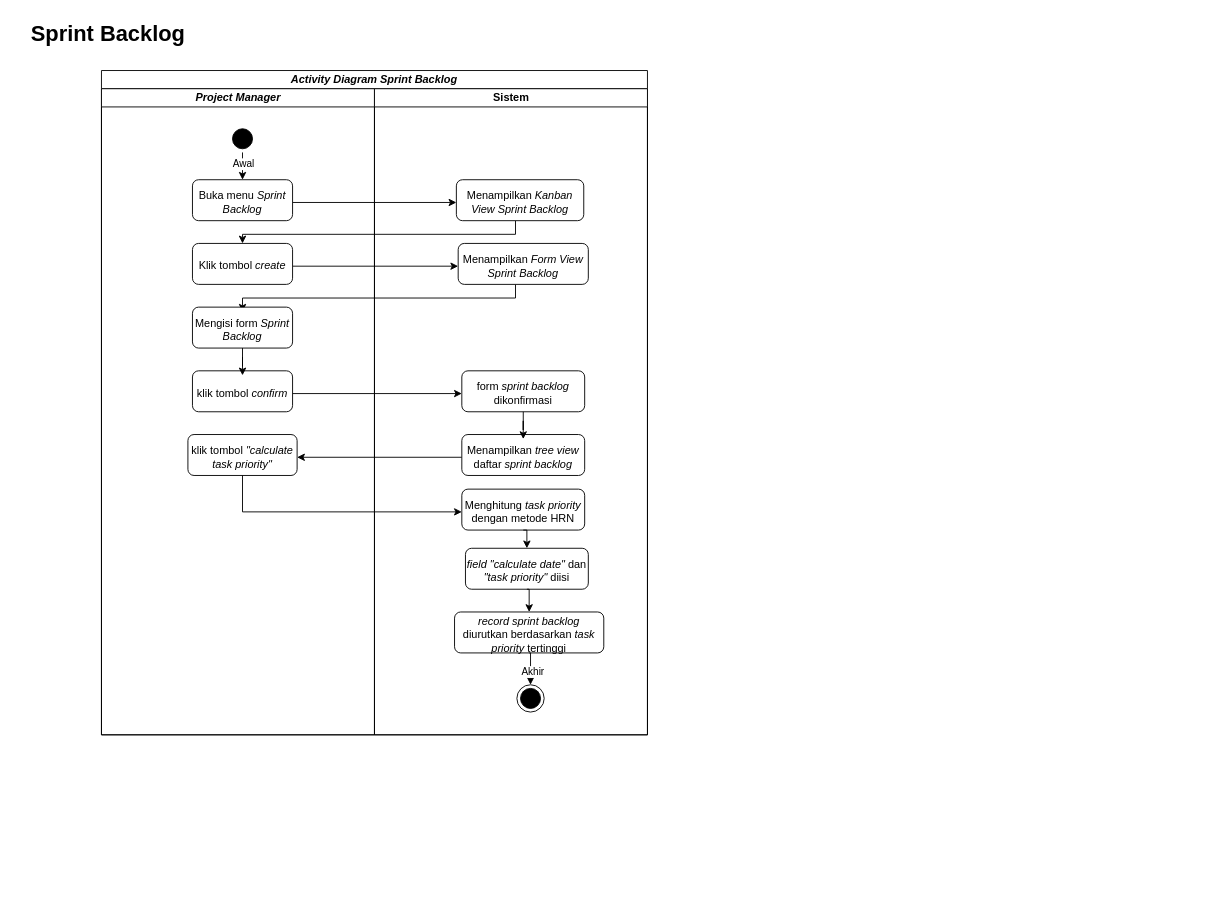
The draw.io diagram page "Halaman-6" (6 of 9) of Diagram Tanpa Judul.drawio in raldawiyahh/alda-resolusi, before the edit. Source tidied: cells renumbered, new cells numbered last; positions are measured from the earlier drawing's top-left corner, leaving out a move shared by most shapes. Both pictures are drawn from the tidied source at 91%, with x=0, y=0 at pixel (15, 15).
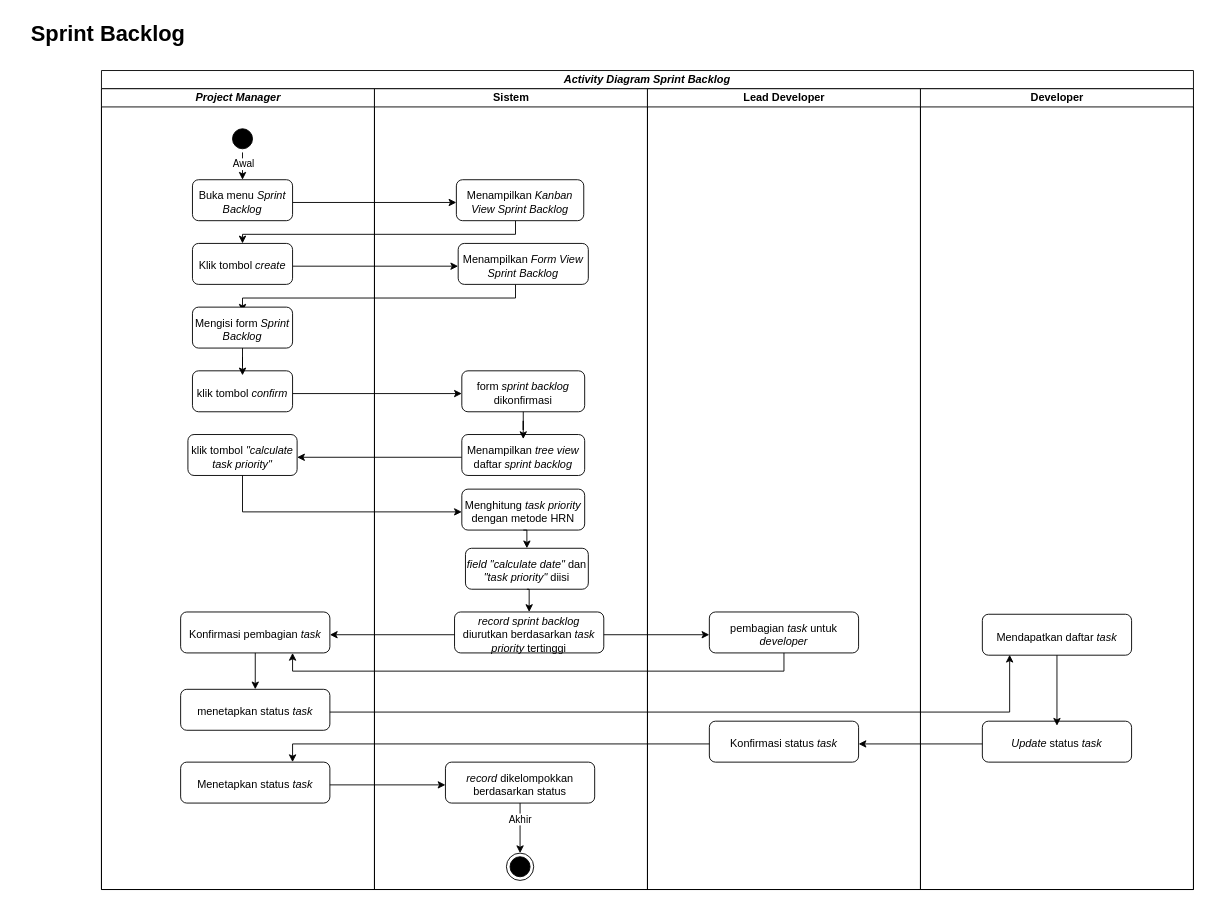
The same page after the edit.

Unchanged cells that the change refers to:
```xml
<mxCell id="50" value="&lt;i&gt;record sprint backlog &lt;/i&gt;diurutkan berdasarkan &lt;i&gt;task priority &lt;/i&gt;tertinggi" style="text;html=1;strokeColor=none;fillColor=none;align=center;verticalAlign=middle;whiteSpace=wrap;rounded=0;" parent="48" vertex="1">
  <mxGeometry y="5" width="164" height="40" as="geometry" />
</mxCell>
```

The edit, as a diff of the source:
```diff
@@
     <mxCell id="2" value="&lt;i&gt;Activity Diagram Sprint Backlog&lt;br&gt;&lt;/i&gt;" style="swimlane;html=1;startSize=20;whiteSpace=wrap;" parent="1" vertex="1">
-      <mxGeometry x="94" y="60" width="600" height="730" as="geometry" />
+      <mxGeometry x="94" y="60" width="1200" height="900" as="geometry" />
     </mxCell>
@@
     <mxCell id="7" value="&lt;i&gt;Project Manager&lt;/i&gt;" style="swimlane;html=1;startSize=20;" parent="2" vertex="1">
-      <mxGeometry y="20" width="300" height="710" as="geometry" />
+      <mxGeometry y="20" width="300" height="880" as="geometry" />
     </mxCell>
@@
+    <mxCell id="59" style="group;" parent="7" vertex="1">
+      <mxGeometry x="87" y="575" width="164" height="45" as="geometry" />
+    </mxCell>
+    <mxCell id="60" style="rounded=1;whiteSpace=wrap;html=1;" parent="59" vertex="1">
+      <mxGeometry width="164" height="45" as="geometry" />
+    </mxCell>
+    <mxCell id="61" value="Konfirmasi pembagian &lt;i&gt;task&lt;/i&gt;" style="text;html=1;strokeColor=none;fillColor=none;align=center;verticalAlign=middle;whiteSpace=wrap;rounded=0;" parent="59" vertex="1">
+      <mxGeometry y="5" width="164" height="40" as="geometry" />
+    </mxCell>
+    <mxCell id="62" style="group;" parent="7" vertex="1">
+      <mxGeometry x="87" y="660" width="164" height="45" as="geometry" />
+    </mxCell>
+    <mxCell id="63" style="rounded=1;whiteSpace=wrap;html=1;" parent="62" vertex="1">
+      <mxGeometry width="164" height="45" as="geometry" />
+    </mxCell>
+    <mxCell id="64" value="menetapkan status&lt;i&gt; task&lt;/i&gt;" style="text;html=1;strokeColor=none;fillColor=none;align=center;verticalAlign=middle;whiteSpace=wrap;rounded=0;" parent="62" vertex="1">
+      <mxGeometry y="5" width="164" height="40" as="geometry" />
+    </mxCell>
+    <mxCell id="65" style="edgeStyle=orthogonalEdgeStyle;rounded=0;jettySize=auto;html=1;entryX=0.5;entryY=0;entryDx=0;entryDy=0;" parent="7" edge="1" source="61" target="63">
+      <mxGeometry relative="1" as="geometry" />
+    </mxCell>
+    <mxCell id="66" style="group;" parent="7" vertex="1">
+      <mxGeometry x="87" y="740" width="164" height="45" as="geometry" />
+    </mxCell>
+    <mxCell id="67" style="rounded=1;whiteSpace=wrap;html=1;" parent="66" vertex="1">
+      <mxGeometry width="164" height="45" as="geometry" />
+    </mxCell>
+    <mxCell id="68" value="Menetapkan status&lt;i&gt; task&lt;/i&gt;" style="text;html=1;strokeColor=none;fillColor=none;align=center;verticalAlign=middle;whiteSpace=wrap;rounded=0;" parent="66" vertex="1">
+      <mxGeometry y="5" width="164" height="40" as="geometry" />
+    </mxCell>
@@
     <mxCell id="30" value="Sistem" style="swimlane;html=1;startSize=20;" parent="2" vertex="1">
-      <mxGeometry x="300" y="20" width="300" height="710" as="geometry" />
+      <mxGeometry x="300" y="20" width="300" height="880" as="geometry" />
     </mxCell>
@@
     <mxCell id="37" style="ellipse;html=1;shape=endState;fillColor=#000000;strokeColor=#000000;" parent="30" vertex="1">
-      <mxGeometry x="156.5" y="655" width="30" height="30" as="geometry" />
+      <mxGeometry x="145" y="840" width="30" height="30" as="geometry" />
     </mxCell>
@@
-    <mxCell id="52" style="edgeStyle=orthogonalEdgeStyle;rounded=0;jettySize=auto;html=1;exitX=0.5;exitY=1;exitDx=0;exitDy=0;entryX=0.5;entryY=0;entryDx=0;entryDy=0;" parent="30" edge="1" source="50" target="37">
-      <mxGeometry relative="1" as="geometry" />
-    </mxCell>
-    <mxCell id="53" value="Akhir" style="edgeLabel;html=1;align=center;verticalAlign=middle;" parent="52" vertex="1">
-      <mxGeometry x="0.23" y="2" relative="1" as="geometry" />
-    </mxCell>
@@
+    <mxCell id="69" style="group;" parent="30" vertex="1">
+      <mxGeometry x="78" y="740" width="164" height="45" as="geometry" />
+    </mxCell>
+    <mxCell id="70" style="rounded=1;whiteSpace=wrap;html=1;" parent="69" vertex="1">
+      <mxGeometry width="164" height="45" as="geometry" />
+    </mxCell>
+    <mxCell id="71" value="&lt;i&gt;record &lt;/i&gt;dikelompokkan berdasarkan status" style="text;html=1;strokeColor=none;fillColor=none;align=center;verticalAlign=middle;whiteSpace=wrap;rounded=0;" parent="69" vertex="1">
+      <mxGeometry y="5" width="164" height="40" as="geometry" />
+    </mxCell>
+    <mxCell id="72" style="edgeStyle=orthogonalEdgeStyle;rounded=0;jettySize=auto;html=1;entryX=0.5;entryY=0;entryDx=0;entryDy=0;" parent="30" edge="1" source="71" target="37">
+      <mxGeometry relative="1" as="geometry" />
+    </mxCell>
+    <mxCell id="53" value="Akhir" style="edgeLabel;html=1;align=center;verticalAlign=middle;" parent="72" vertex="1">
+      <mxGeometry x="-0.38" y="-1" relative="1" as="geometry" />
+    </mxCell>
+    <mxCell id="73" style="edgeStyle=orthogonalEdgeStyle;rounded=0;jettySize=auto;html=1;" parent="2" edge="1" source="50" target="61">
+      <mxGeometry relative="1" as="geometry" />
+    </mxCell>
+    <mxCell id="74" style="edgeStyle=orthogonalEdgeStyle;rounded=0;jettySize=auto;html=1;entryX=0;entryY=0.5;entryDx=0;entryDy=0;" parent="2" edge="1" source="68" target="71">
+      <mxGeometry relative="1" as="geometry" />
+    </mxCell>
+    <mxCell id="75" value="Lead Developer" style="swimlane;html=1;startSize=20;" parent="2" vertex="1">
+      <mxGeometry x="600" y="20" width="300" height="880" as="geometry" />
+    </mxCell>
+    <mxCell id="76" style="group;" parent="75" vertex="1">
+      <mxGeometry x="68" y="575" width="164" height="45" as="geometry" />
+    </mxCell>
+    <mxCell id="77" style="rounded=1;whiteSpace=wrap;html=1;" parent="76" vertex="1">
+      <mxGeometry width="164" height="45" as="geometry" />
+    </mxCell>
+    <mxCell id="78" value="pembagian &lt;i&gt;task &lt;/i&gt;untuk &lt;i&gt;developer&lt;/i&gt;" style="text;html=1;strokeColor=none;fillColor=none;align=center;verticalAlign=middle;whiteSpace=wrap;rounded=0;" parent="76" vertex="1">
+      <mxGeometry y="5" width="164" height="40" as="geometry" />
+    </mxCell>
+    <mxCell id="79" style="group;" parent="75" vertex="1">
+      <mxGeometry x="68" y="695" width="164" height="45" as="geometry" />
+    </mxCell>
+    <mxCell id="80" style="rounded=1;whiteSpace=wrap;html=1;" parent="79" vertex="1">
+      <mxGeometry width="164" height="45" as="geometry" />
+    </mxCell>
+    <mxCell id="81" value="Konfirmasi status &lt;i&gt;task&lt;/i&gt;" style="text;html=1;strokeColor=none;fillColor=none;align=center;verticalAlign=middle;whiteSpace=wrap;rounded=0;" parent="79" vertex="1">
+      <mxGeometry y="5" width="164" height="40" as="geometry" />
+    </mxCell>
+    <mxCell id="82" value="Developer" style="swimlane;html=1;startSize=20;" parent="2" vertex="1">
+      <mxGeometry x="900" y="20" width="300" height="880" as="geometry" />
+    </mxCell>
+    <mxCell id="83" style="group;" parent="82" vertex="1">
+      <mxGeometry x="68" y="577.5" width="164" height="45" as="geometry" />
+    </mxCell>
+    <mxCell id="84" style="rounded=1;whiteSpace=wrap;html=1;" parent="83" vertex="1">
+      <mxGeometry width="164" height="45" as="geometry" />
+    </mxCell>
+    <mxCell id="85" value="Mendapatkan daftar &lt;i&gt;task&lt;/i&gt;" style="text;html=1;strokeColor=none;fillColor=none;align=center;verticalAlign=middle;whiteSpace=wrap;rounded=0;" parent="83" vertex="1">
+      <mxGeometry y="5" width="164" height="40" as="geometry" />
+    </mxCell>
+    <mxCell id="86" style="group;" parent="82" vertex="1">
+      <mxGeometry x="68" y="695" width="164" height="45" as="geometry" />
+    </mxCell>
+    <mxCell id="87" style="rounded=1;whiteSpace=wrap;html=1;" parent="86" vertex="1">
+      <mxGeometry width="164" height="45" as="geometry" />
+    </mxCell>
+    <mxCell id="88" value="&lt;i&gt;Update&lt;/i&gt; status &lt;i&gt;task&lt;/i&gt;" style="text;html=1;strokeColor=none;fillColor=none;align=center;verticalAlign=middle;whiteSpace=wrap;rounded=0;" parent="86" vertex="1">
+      <mxGeometry y="5" width="164" height="40" as="geometry" />
+    </mxCell>
+    <mxCell id="89" style="edgeStyle=orthogonalEdgeStyle;rounded=0;jettySize=auto;html=1;entryX=0.5;entryY=0;entryDx=0;entryDy=0;" parent="82" edge="1" source="85" target="88">
+      <mxGeometry relative="1" as="geometry" />
+    </mxCell>
+    <mxCell id="90" style="edgeStyle=orthogonalEdgeStyle;rounded=0;jettySize=auto;html=1;" parent="2" edge="1" source="50" target="78">
+      <mxGeometry relative="1" as="geometry" />
+    </mxCell>
+    <mxCell id="91" style="edgeStyle=orthogonalEdgeStyle;rounded=0;jettySize=auto;html=1;exitX=0.5;exitY=1;exitDx=0;exitDy=0;entryX=0.75;entryY=1;entryDx=0;entryDy=0;" parent="2" edge="1" source="78" target="61">
+      <mxGeometry relative="1" as="geometry" />
+    </mxCell>
+    <mxCell id="92" style="edgeStyle=orthogonalEdgeStyle;rounded=0;jettySize=auto;html=1;entryX=0.183;entryY=0.988;entryDx=0;entryDy=0;entryPerimeter=0;" parent="2" edge="1" source="64" target="85">
+      <mxGeometry relative="1" as="geometry" />
+    </mxCell>
+    <mxCell id="93" style="edgeStyle=orthogonalEdgeStyle;rounded=0;jettySize=auto;html=1;" parent="2" edge="1" source="88" target="81">
+      <mxGeometry relative="1" as="geometry" />
+    </mxCell>
+    <mxCell id="94" style="edgeStyle=orthogonalEdgeStyle;rounded=0;jettySize=auto;html=1;entryX=0.75;entryY=0;entryDx=0;entryDy=0;" parent="2" edge="1" source="81" target="67">
+      <mxGeometry relative="1" as="geometry" />
+    </mxCell>
```
